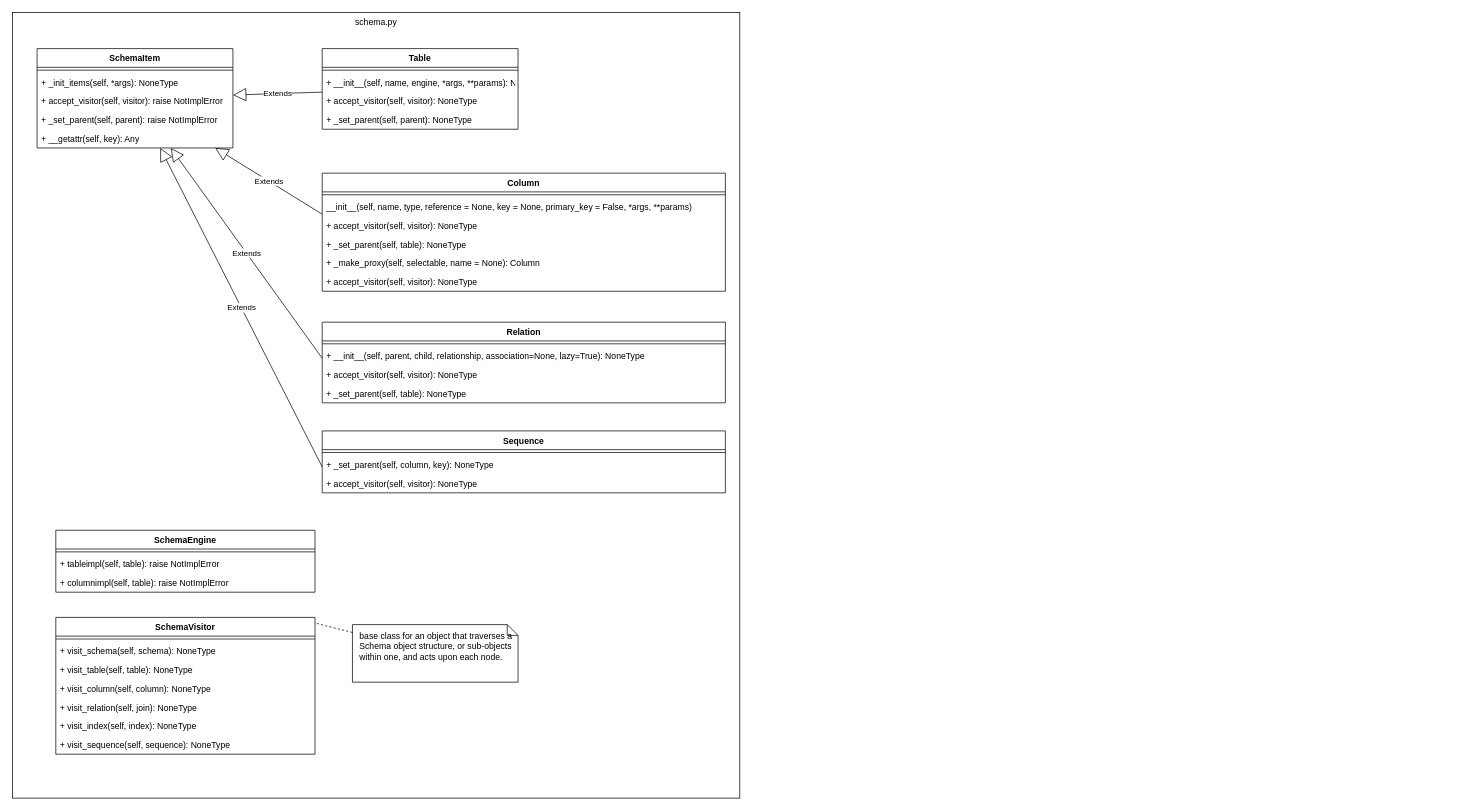
Earlier version of the draw.io diagram page "initial_revision" (1 of 2) of diagrams/my_first_diagram.drawio (dart-neitro/sqlalchemy_diagrams). Source tidied: cells renumbered, new cells numbered last; positions are measured from the earlier drawing's top-left corner, leaving out a move shared by most shapes. Both pictures are drawn from the tidied source at 72%, with x=0, y=0 at pixel (12, 12).
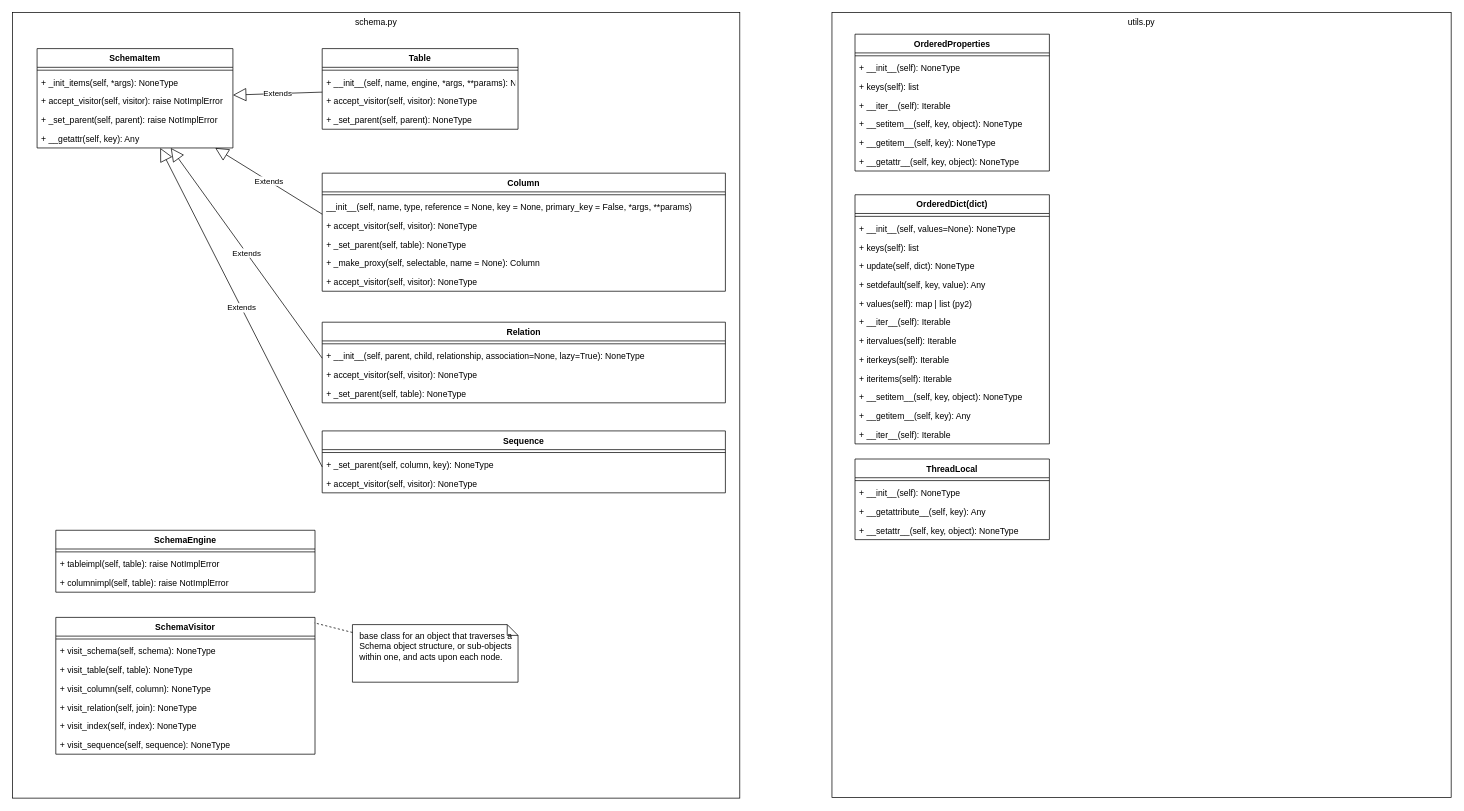
The same diagram, later.

Change to the diagram source:
```diff
@@
+    <mxCell id="48" value="utils.py" style="rounded=0;whiteSpace=wrap;html=1;verticalAlign=top;" parent="1" vertex="1">
+      <mxGeometry x="1138" width="860" height="1090" as="geometry" />
+    </mxCell>
+    <mxCell id="49" value="OrderedProperties" style="swimlane;fontStyle=1;align=center;verticalAlign=top;horizontal=1;startSize=26;" parent="1" vertex="1">
+      <mxGeometry x="1170" y="30" width="270" height="190" as="geometry" />
+    </mxCell>
+    <mxCell id="50" style="line;strokeWidth=1;fillColor=none;align=left;verticalAlign=middle;spacingTop=-1;spacingLeft=3;spacingRight=3;labelPosition=right;" parent="49" vertex="1">
+      <mxGeometry y="26" width="270" height="8" as="geometry" />
+    </mxCell>
+    <mxCell id="51" value="+ __init__(self): NoneType" style="text;strokeColor=none;fillColor=none;align=left;verticalAlign=top;spacingLeft=4;spacingRight=4;overflow=hidden;" parent="49" vertex="1">
+      <mxGeometry y="34" width="270" height="26" as="geometry" />
+    </mxCell>
+    <mxCell id="52" value="+ keys(self): list" style="text;strokeColor=none;fillColor=none;align=left;verticalAlign=top;spacingLeft=4;spacingRight=4;overflow=hidden;" parent="49" vertex="1">
+      <mxGeometry y="60" width="270" height="26" as="geometry" />
+    </mxCell>
+    <mxCell id="53" value="+ __iter__(self): Iterable" style="text;strokeColor=none;fillColor=none;align=left;verticalAlign=top;spacingLeft=4;spacingRight=4;overflow=hidden;" parent="49" vertex="1">
+      <mxGeometry y="86" width="270" height="26" as="geometry" />
+    </mxCell>
+    <mxCell id="54" value="+ __setitem__(self, key, object): NoneType" style="text;strokeColor=none;fillColor=none;align=left;verticalAlign=top;spacingLeft=4;spacingRight=4;overflow=hidden;" parent="49" vertex="1">
+      <mxGeometry y="112" width="270" height="26" as="geometry" />
+    </mxCell>
+    <mxCell id="55" value="+ __getitem__(self, key): NoneType" style="text;strokeColor=none;fillColor=none;align=left;verticalAlign=top;spacingLeft=4;spacingRight=4;overflow=hidden;" parent="49" vertex="1">
+      <mxGeometry y="138" width="270" height="26" as="geometry" />
+    </mxCell>
+    <mxCell id="56" value="+ __getattr__(self, key, object): NoneType" style="text;strokeColor=none;fillColor=none;align=left;verticalAlign=top;spacingLeft=4;spacingRight=4;overflow=hidden;" parent="49" vertex="1">
+      <mxGeometry y="164" width="270" height="26" as="geometry" />
+    </mxCell>
+    <mxCell id="57" value="OrderedDict(dict)" style="swimlane;fontStyle=1;align=center;verticalAlign=top;horizontal=1;startSize=26;" parent="1" vertex="1">
+      <mxGeometry x="1170" y="253" width="270" height="346" as="geometry" />
+    </mxCell>
+    <mxCell id="58" style="line;strokeWidth=1;fillColor=none;align=left;verticalAlign=middle;spacingTop=-1;spacingLeft=3;spacingRight=3;labelPosition=right;" parent="57" vertex="1">
+      <mxGeometry y="26" width="270" height="8" as="geometry" />
+    </mxCell>
+    <mxCell id="59" value="+ __init__(self, values=None): NoneType" style="text;strokeColor=none;fillColor=none;align=left;verticalAlign=top;spacingLeft=4;spacingRight=4;overflow=hidden;" parent="57" vertex="1">
+      <mxGeometry y="34" width="270" height="26" as="geometry" />
+    </mxCell>
+    <mxCell id="60" value="+ keys(self): list" style="text;strokeColor=none;fillColor=none;align=left;verticalAlign=top;spacingLeft=4;spacingRight=4;overflow=hidden;" parent="57" vertex="1">
+      <mxGeometry y="60" width="270" height="26" as="geometry" />
+    </mxCell>
+    <mxCell id="61" value="+ update(self, dict): NoneType" style="text;strokeColor=none;fillColor=none;align=left;verticalAlign=top;spacingLeft=4;spacingRight=4;overflow=hidden;" parent="57" vertex="1">
+      <mxGeometry y="86" width="270" height="26" as="geometry" />
+    </mxCell>
+    <mxCell id="62" value="+ setdefault(self, key, value): Any" style="text;strokeColor=none;fillColor=none;align=left;verticalAlign=top;spacingLeft=4;spacingRight=4;overflow=hidden;" parent="57" vertex="1">
+      <mxGeometry y="112" width="270" height="26" as="geometry" />
+    </mxCell>
+    <mxCell id="63" value="+ values(self): map | list (py2) " style="text;strokeColor=none;fillColor=none;align=left;verticalAlign=top;spacingLeft=4;spacingRight=4;overflow=hidden;" parent="57" vertex="1">
+      <mxGeometry y="138" width="270" height="26" as="geometry" />
+    </mxCell>
+    <mxCell id="64" value="+ __iter__(self): Iterable" style="text;strokeColor=none;fillColor=none;align=left;verticalAlign=top;spacingLeft=4;spacingRight=4;overflow=hidden;" parent="57" vertex="1">
+      <mxGeometry y="164" width="270" height="26" as="geometry" />
+    </mxCell>
+    <mxCell id="65" value="+ itervalues(self): Iterable" style="text;strokeColor=none;fillColor=none;align=left;verticalAlign=top;spacingLeft=4;spacingRight=4;overflow=hidden;" parent="57" vertex="1">
+      <mxGeometry y="190" width="270" height="26" as="geometry" />
+    </mxCell>
+    <mxCell id="66" value="+ iterkeys(self): Iterable" style="text;strokeColor=none;fillColor=none;align=left;verticalAlign=top;spacingLeft=4;spacingRight=4;overflow=hidden;" parent="57" vertex="1">
+      <mxGeometry y="216" width="270" height="26" as="geometry" />
+    </mxCell>
+    <mxCell id="67" value="+ iteritems(self): Iterable" style="text;strokeColor=none;fillColor=none;align=left;verticalAlign=top;spacingLeft=4;spacingRight=4;overflow=hidden;" parent="57" vertex="1">
+      <mxGeometry y="242" width="270" height="26" as="geometry" />
+    </mxCell>
+    <mxCell id="68" value="+ __setitem__(self, key, object): NoneType" style="text;strokeColor=none;fillColor=none;align=left;verticalAlign=top;spacingLeft=4;spacingRight=4;overflow=hidden;" parent="57" vertex="1">
+      <mxGeometry y="268" width="270" height="26" as="geometry" />
+    </mxCell>
+    <mxCell id="69" value="+ __getitem__(self, key): Any" style="text;strokeColor=none;fillColor=none;align=left;verticalAlign=top;spacingLeft=4;spacingRight=4;overflow=hidden;" parent="57" vertex="1">
+      <mxGeometry y="294" width="270" height="26" as="geometry" />
+    </mxCell>
+    <mxCell id="70" value="+ __iter__(self): Iterable" style="text;strokeColor=none;fillColor=none;align=left;verticalAlign=top;spacingLeft=4;spacingRight=4;overflow=hidden;" parent="57" vertex="1">
+      <mxGeometry y="320" width="270" height="26" as="geometry" />
+    </mxCell>
+    <mxCell id="71" value="ThreadLocal" style="swimlane;fontStyle=1;align=center;verticalAlign=top;horizontal=1;startSize=26;" parent="1" vertex="1">
+      <mxGeometry x="1170" y="620" width="270" height="112" as="geometry" />
+    </mxCell>
+    <mxCell id="72" style="line;strokeWidth=1;fillColor=none;align=left;verticalAlign=middle;spacingTop=-1;spacingLeft=3;spacingRight=3;labelPosition=right;" parent="71" vertex="1">
+      <mxGeometry y="26" width="270" height="8" as="geometry" />
+    </mxCell>
+    <mxCell id="73" value="+ __init__(self): NoneType" style="text;strokeColor=none;fillColor=none;align=left;verticalAlign=top;spacingLeft=4;spacingRight=4;overflow=hidden;" parent="71" vertex="1">
+      <mxGeometry y="34" width="270" height="26" as="geometry" />
+    </mxCell>
+    <mxCell id="74" value="+ __getattribute__(self, key): Any " style="text;strokeColor=none;fillColor=none;align=left;verticalAlign=top;spacingLeft=4;spacingRight=4;overflow=hidden;" parent="71" vertex="1">
+      <mxGeometry y="60" width="270" height="26" as="geometry" />
+    </mxCell>
+    <mxCell id="75" value="+ __setattr__(self, key, object): NoneType" style="text;strokeColor=none;fillColor=none;align=left;verticalAlign=top;spacingLeft=4;spacingRight=4;overflow=hidden;" parent="71" vertex="1">
+      <mxGeometry y="86" width="270" height="26" as="geometry" />
+    </mxCell>
```
